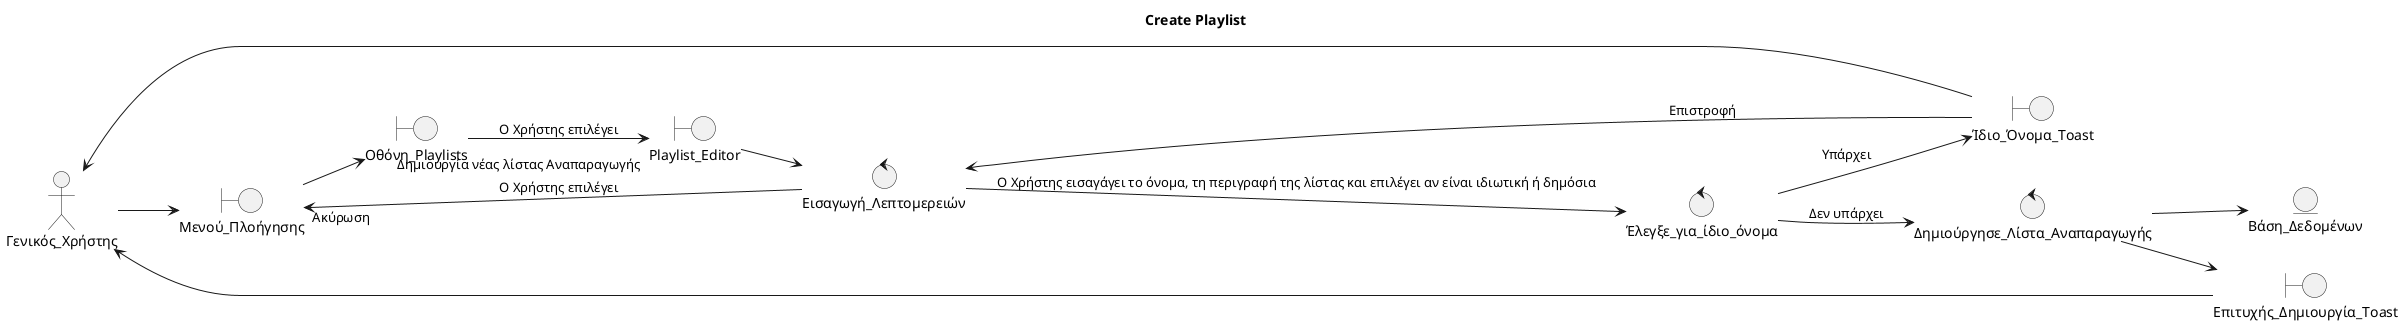
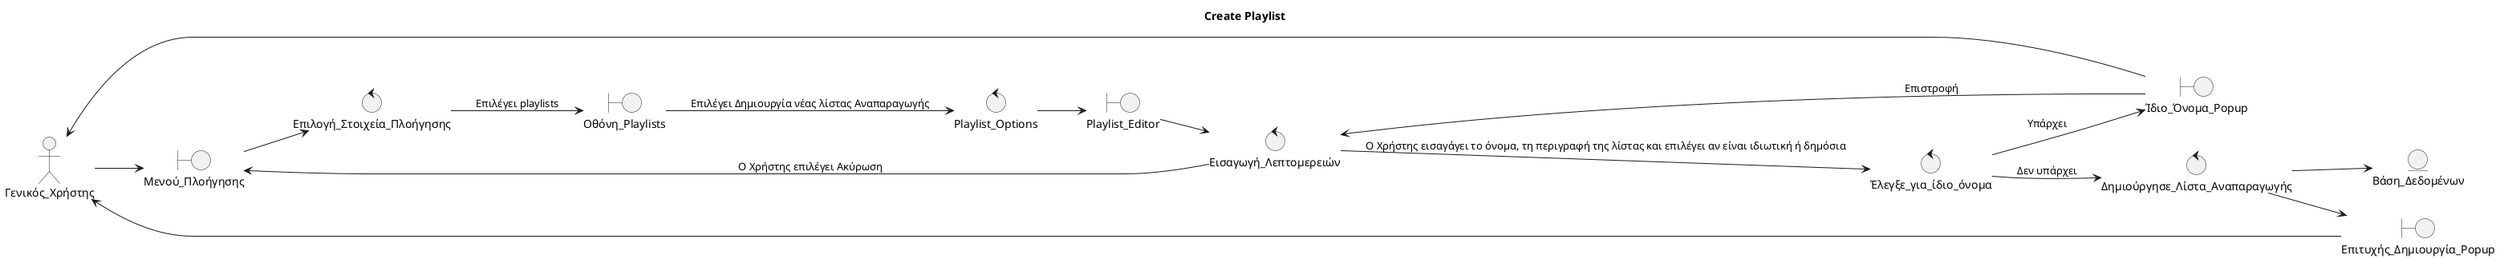
@startuml

title Create Playlist

left to right direction

skinparam shadowing false
skinparam roundcorner 10

' =====================================================
' ACTORS
' =====================================================

actor Γενικός_Χρήστης

' =====================================================
' BOUNDARY OBJECTS
' =====================================================

boundary Μενού_Πλοήγησης
boundary Οθόνη_Playlists
- boundary Ίδιο_Όνομα_Toast
- boundary Επιτυχής_Δημιουργία_Toast
+ boundary Ίδιο_Όνομα_Popup
+ boundary Επιτυχής_Δημιουργία_Popup
boundary Playlist_Editor

' =====================================================
' CONTROL OBJECTS
' =====================================================

control Εισαγωγή_Λεπτομερειών
control Έλεγξε_για_ίδιο_όνομα
control Δημιούργησε_Λίστα_Αναπαραγωγής
- 
- 
+ control Playlist_Options
+ control Επιλογή_Στοιχεία_Πλοήγησης

' =====================================================
' ENTITY OBJECTS
' =====================================================

entity Βάση_Δεδομένων

' =====================================================
' INTERACTIONS
' =====================================================

Γενικός_Χρήστης --> Μενού_Πλοήγησης
- Μενού_Πλοήγησης -->  Οθόνη_Playlists
- Οθόνη_Playlists --> Playlist_Editor : Ο Χρήστης επιλέγει "Δημιουργία νέας λίστας Αναπαραγωγής"
+ Μενού_Πλοήγησης --> Επιλογή_Στοιχεία_Πλοήγησης
+ Επιλογή_Στοιχεία_Πλοήγησης --> Οθόνη_Playlists :Επιλέγει playlists
+ Οθόνη_Playlists --> Playlist_Options : Eπιλέγει Δημιουργία νέας λίστας Αναπαραγωγής
+ Playlist_Options --> Playlist_Editor
Playlist_Editor --> Εισαγωγή_Λεπτομερειών
- Εισαγωγή_Λεπτομερειών --> Μενού_Πλοήγησης : Ο Χρήστης επιλέγει "Ακύρωση"
+ Εισαγωγή_Λεπτομερειών --> Μενού_Πλοήγησης : Ο Χρήστης επιλέγει Ακύρωση
Εισαγωγή_Λεπτομερειών --> Έλεγξε_για_ίδιο_όνομα : Ο Χρήστης εισαγάγει το όνομα, τη περιγραφή της λίστας και επιλέγει αν είναι ιδιωτική ή δημόσια
Έλεγξε_για_ίδιο_όνομα --> Δημιούργησε_Λίστα_Αναπαραγωγής : Δεν υπάρχει
Δημιούργησε_Λίστα_Αναπαραγωγής --> Βάση_Δεδομένων
- Δημιούργησε_Λίστα_Αναπαραγωγής --> Επιτυχής_Δημιουργία_Toast
- Έλεγξε_για_ίδιο_όνομα --> Ίδιο_Όνομα_Toast : Υπάρχει
- Ίδιο_Όνομα_Toast --> Εισαγωγή_Λεπτομερειών : Επιστροφή
- Επιτυχής_Δημιουργία_Toast --> Γενικός_Χρήστης
- Ίδιο_Όνομα_Toast --> Γενικός_Χρήστης
+ Δημιούργησε_Λίστα_Αναπαραγωγής --> Επιτυχής_Δημιουργία_Popup
+ Έλεγξε_για_ίδιο_όνομα --> Ίδιο_Όνομα_Popup : Υπάρχει
+ Ίδιο_Όνομα_Popup --> Εισαγωγή_Λεπτομερειών : Επιστροφή
+ Επιτυχής_Δημιουργία_Popup --> Γενικός_Χρήστης
+ Ίδιο_Όνομα_Popup --> Γενικός_Χρήστης

@enduml
